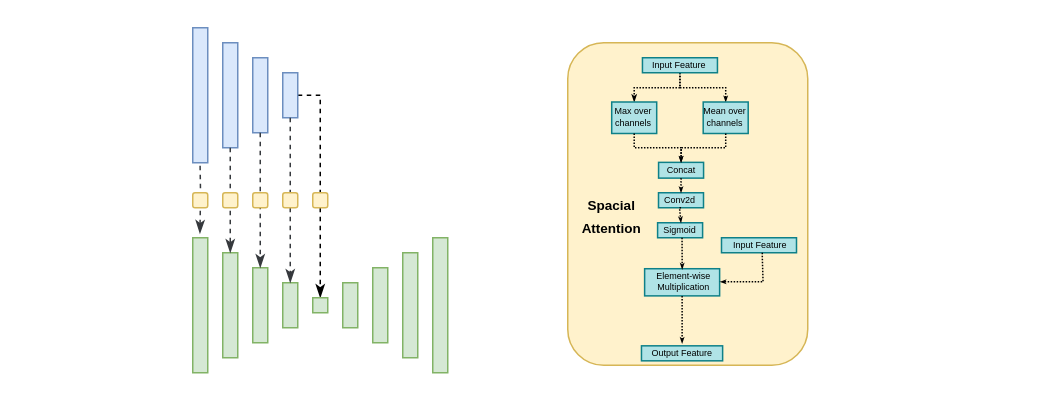
Before: RadioFlow_model1.drawio in Loewen-Hob/Interview, a draw.io diagram. Source tidied: cells renumbered, new cells numbered last; positions are measured from the earlier drawing's top-left corner, leaving out a move shared by most shapes. Both pictures are drawn from the tidied source at 150%, with x=0, y=0 at pixel (192, 27). Pictures stored in the file or linked from it are replaced by grey dashed boxes.
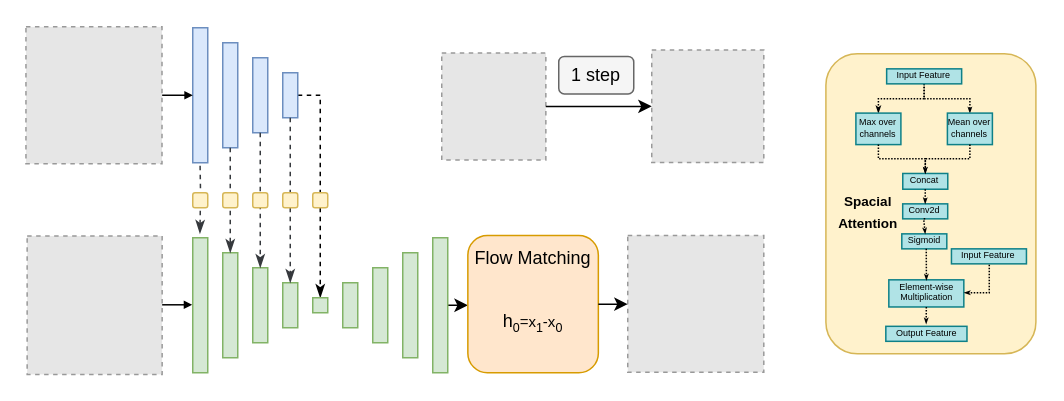
The same page after the edit.

Unchanged cells that the change refers to:
```xml
<mxCell id="3" style="rounded=0;whiteSpace=wrap;html=1;fillColor=#dae8fc;strokeColor=#6c8ebf;" parent="1" vertex="1">
  <mxGeometry width="10" height="90" as="geometry" />
</mxCell>
<mxCell id="13" style="rounded=0;whiteSpace=wrap;html=1;fillColor=#d5e8d4;strokeColor=#82b366;rotation=-180;" parent="1" vertex="1">
  <mxGeometry x="160" y="140" width="10" height="90" as="geometry" />
</mxCell>
```

Change to the diagram source:
```diff
@@
+    <mxCell id="54" style="edgeStyle=orthogonalEdgeStyle;rounded=0;jettySize=auto;html=1;exitX=0;exitY=0.5;exitDx=0;exitDy=0;entryX=0;entryY=0.5;entryDx=0;entryDy=0;" parent="1" edge="1" source="13" target="65">
+      <mxGeometry relative="1" as="geometry" />
+    </mxCell>
@@
     <mxCell id="25" style="rounded=1;whiteSpace=wrap;html=1;fillColor=#fff2cc;strokeColor=#d6b656;" parent="1" vertex="1">
-      <mxGeometry x="250" y="10" width="160" height="215" as="geometry" />
+      <mxGeometry x="422.1" y="17.4" width="140" height="200" as="geometry" />
     </mxCell>
     <mxCell id="26" value="&lt;div style=&quot;&quot;&gt;&lt;b style=&quot;background-color: transparent; color: light-dark(rgb(0, 0, 0), rgb(255, 255, 255));&quot;&gt;&lt;font style=&quot;font-size: 9px;&quot;&gt;Spacial&lt;/font&gt;&lt;/b&gt;&lt;/div&gt;&lt;div style=&quot;&quot;&gt;&lt;font style=&quot;font-size: 9px;&quot;&gt;&lt;b style=&quot;&quot;&gt;Attention&lt;/b&gt;&lt;/font&gt;&lt;/div&gt;" style="text;html=1;align=center;verticalAlign=middle;strokeColor=none;fillColor=none;strokeWidth=0;" parent="1" vertex="1">
-      <mxGeometry x="249.2" y="104.7" width="60" height="40" as="geometry" />
+      <mxGeometry x="420" y="102.4" width="60" height="40" as="geometry" />
     </mxCell>
     <mxCell id="27" style="edgeStyle=orthogonalEdgeStyle;rounded=0;jettySize=auto;html=1;exitX=0;exitY=0.5;exitDx=0;exitDy=0;entryX=1;entryY=0.5;entryDx=0;entryDy=0;curved=0;dashed=1;dashPattern=1 1;endArrow=classicThin;endFill=1;endSize=2;" parent="1" edge="1" source="29" target="31">
       <mxGeometry relative="1" as="geometry">
         <Array as="points">
-          <mxPoint x="325" y="40" />
-          <mxPoint x="294" y="40" />
+          <mxPoint x="487.8" y="47.4" />
+          <mxPoint x="456.8" y="47.4" />
         </Array>
       </mxGeometry>
     </mxCell>
     <mxCell id="28" style="edgeStyle=orthogonalEdgeStyle;rounded=0;jettySize=auto;html=1;exitX=0;exitY=0.5;exitDx=0;exitDy=0;entryX=1;entryY=0.5;entryDx=0;entryDy=0;endArrow=classicThin;endFill=1;endSize=1;dashed=1;dashPattern=1 1;" parent="1" edge="1" source="29" target="32">
       <mxGeometry relative="1" as="geometry">
         <Array as="points">
-          <mxPoint x="325" y="40" />
-          <mxPoint x="355" y="40" />
+          <mxPoint x="487.8" y="47.4" />
+          <mxPoint x="517.8" y="47.4" />
         </Array>
       </mxGeometry>
     </mxCell>
     <mxCell id="29" value="&lt;div style=&quot;&quot;&gt;&lt;br&gt;&lt;/div&gt;" style="rounded=0;whiteSpace=wrap;html=1;direction=west;fillColor=#b0e3e6;strokeColor=#0e8088;rotation=90;" parent="1" vertex="1">
-      <mxGeometry x="319.8" width="10" height="50" as="geometry" />
+      <mxGeometry x="482.6" y="7.4" width="10" height="50" as="geometry" />
     </mxCell>
     <mxCell id="30" value="&lt;span style=&quot;font-family: Helvetica; font-style: normal; font-variant-ligatures: normal; font-variant-caps: normal; font-weight: 400; letter-spacing: normal; orphans: 2; text-align: center; text-indent: 0px; text-transform: none; widows: 2; word-spacing: 0px; -webkit-text-stroke-width: 0px; white-space: normal; text-decoration-thickness: initial; text-decoration-style: initial; text-decoration-color: initial; float: none; display: inline !important;&quot;&gt;&lt;font style=&quot;font-size: 6px; line-height: 80%;&quot;&gt;Input Feature&lt;/font&gt;&lt;/span&gt;" style="text;html=1;align=center;verticalAlign=bottom;rounded=0;horizontal=1;rotation=0;fontColor=default;labelBackgroundColor=none;whiteSpace=wrap;" parent="1" vertex="1">
-      <mxGeometry x="297.4" y="18.3" width="55" height="13.4" as="geometry" />
+      <mxGeometry x="460.2" y="25.7" width="55" height="13.4" as="geometry" />
     </mxCell>
     <mxCell id="31" value="&lt;div style=&quot;&quot;&gt;&lt;br&gt;&lt;/div&gt;" style="rounded=0;whiteSpace=wrap;html=1;direction=west;fillColor=#b0e3e6;strokeColor=#0e8088;rotation=90;" parent="1" vertex="1">
-      <mxGeometry x="283.8" y="45" width="21" height="30" as="geometry" />
+      <mxGeometry x="446.6" y="52.4" width="21" height="30" as="geometry" />
     </mxCell>
     <mxCell id="32" value="&lt;div style=&quot;&quot;&gt;&lt;br&gt;&lt;/div&gt;" style="rounded=0;whiteSpace=wrap;html=1;direction=west;fillColor=#b0e3e6;strokeColor=#0e8088;rotation=90;" parent="1" vertex="1">
-      <mxGeometry x="344.8" y="45" width="21" height="30" as="geometry" />
+      <mxGeometry x="507.6" y="52.4" width="21" height="30" as="geometry" />
     </mxCell>
     <mxCell id="33" value="&lt;div&gt;Max over&lt;/div&gt;&lt;div&gt;&lt;div&gt;channels&lt;/div&gt;&lt;/div&gt;" style="text;html=1;align=center;verticalAlign=middle;whiteSpace=wrap;rounded=0;fontSize=6;rotation=0;" parent="1" vertex="1">
-      <mxGeometry x="279.2" y="50" width="30" height="20" as="geometry" />
+      <mxGeometry x="442.1" y="57.4" width="30" height="20" as="geometry" />
     </mxCell>
     <mxCell id="34" value="&lt;div&gt;Mean over&lt;/div&gt;&lt;div&gt;&lt;div&gt;channels&lt;/div&gt;&lt;/div&gt;" style="text;html=1;align=center;verticalAlign=middle;whiteSpace=wrap;rounded=0;fontSize=6;rotation=0;" parent="1" vertex="1">
-      <mxGeometry x="335.3" y="50" width="40" height="20" as="geometry" />
+      <mxGeometry x="498.1" y="57.4" width="40" height="20" as="geometry" />
     </mxCell>
     <mxCell id="35" value="&lt;div style=&quot;&quot;&gt;&lt;br&gt;&lt;/div&gt;" style="rounded=0;whiteSpace=wrap;html=1;direction=west;fillColor=#b0e3e6;strokeColor=#0e8088;rotation=90;" parent="1" vertex="1">
-      <mxGeometry x="320.3" y="80" width="10.5" height="30" as="geometry" />
+      <mxGeometry x="483.1" y="87.4" width="10.5" height="30" as="geometry" />
     </mxCell>
     <mxCell id="36" value="&lt;div style=&quot;&quot;&gt;&lt;br&gt;&lt;/div&gt;" style="rounded=0;whiteSpace=wrap;html=1;direction=west;fillColor=#b0e3e6;strokeColor=#0e8088;rotation=90;" parent="1" vertex="1">
-      <mxGeometry x="320.5" y="100" width="10" height="30" as="geometry" />
+      <mxGeometry x="483.3" y="107.4" width="10" height="30" as="geometry" />
     </mxCell>
     <mxCell id="37" value="&lt;div style=&quot;&quot;&gt;&lt;br&gt;&lt;/div&gt;" style="rounded=0;whiteSpace=wrap;html=1;direction=west;fillColor=#b0e3e6;strokeColor=#0e8088;rotation=90;" parent="1" vertex="1">
-      <mxGeometry x="319.9" y="120" width="10" height="30" as="geometry" />
+      <mxGeometry x="482.7" y="127.4" width="10" height="30" as="geometry" />
     </mxCell>
     <mxCell id="38" value="&lt;div style=&quot;&quot;&gt;&lt;br&gt;&lt;/div&gt;" style="rounded=0;whiteSpace=wrap;html=1;direction=west;fillColor=#b0e3e6;strokeColor=#0e8088;rotation=90;" parent="1" vertex="1">
-      <mxGeometry x="317.2" y="144.7" width="18.1" height="50" as="geometry" />
+      <mxGeometry x="480" y="152.1" width="18.1" height="50" as="geometry" />
     </mxCell>
     <mxCell id="39" value="&lt;div style=&quot;&quot;&gt;&lt;br&gt;&lt;/div&gt;" style="rounded=0;whiteSpace=wrap;html=1;direction=west;fillColor=#b0e3e6;strokeColor=#0e8088;rotation=90;" parent="1" vertex="1">
-      <mxGeometry x="321.2" y="190" width="10" height="54.1" as="geometry" />
+      <mxGeometry x="484.1" y="177" width="10" height="54.1" as="geometry" />
     </mxCell>
     <mxCell id="40" value="&lt;div&gt;Conv2d&lt;/div&gt;" style="text;html=1;align=center;verticalAlign=middle;whiteSpace=wrap;rounded=0;fontSize=6;rotation=0;" parent="1" vertex="1">
-      <mxGeometry x="309.9" y="110" width="30" height="10" as="geometry" />
+      <mxGeometry x="472.7" y="117.4" width="30" height="10" as="geometry" />
     </mxCell>
     <mxCell id="41" value="&lt;div&gt;Concat&lt;/div&gt;" style="text;html=1;align=center;verticalAlign=middle;whiteSpace=wrap;rounded=0;fontSize=6;rotation=0;" parent="1" vertex="1">
-      <mxGeometry x="310.5" y="90" width="30" height="10" as="geometry" />
+      <mxGeometry x="473.3" y="97.4" width="30" height="10" as="geometry" />
     </mxCell>
     <mxCell id="42" value="&lt;div&gt;Sigmoid&lt;/div&gt;" style="text;html=1;align=center;verticalAlign=middle;whiteSpace=wrap;rounded=0;fontSize=6;rotation=0;" parent="1" vertex="1">
-      <mxGeometry x="309.9" y="130" width="30" height="10" as="geometry" />
+      <mxGeometry x="472.7" y="137.4" width="30" height="10" as="geometry" />
     </mxCell>
     <mxCell id="43" value="&lt;div style=&quot;line-height: 50%;&quot;&gt;&lt;font style=&quot;font-size: 6px; line-height: 50%;&quot;&gt;Element-wise&lt;/font&gt;&lt;/div&gt;&lt;div style=&quot;line-height: 50%;&quot;&gt;&lt;div&gt;&lt;font style=&quot;font-size: 6px; line-height: 50%;&quot;&gt;Multiplication&lt;/font&gt;&lt;/div&gt;&lt;/div&gt;" style="text;html=1;align=center;verticalAlign=middle;whiteSpace=wrap;rounded=0;spacing=0;rotation=0;" parent="1" vertex="1">
-      <mxGeometry x="302.5" y="163.1" width="48.8" height="6.9" as="geometry" />
+      <mxGeometry x="465.3" y="170.5" width="48.8" height="6.9" as="geometry" />
     </mxCell>
     <mxCell id="44" value="&lt;span style=&quot;font-family: Helvetica; font-style: normal; font-variant-ligatures: normal; font-variant-caps: normal; font-weight: 400; letter-spacing: normal; orphans: 2; text-align: center; text-indent: 0px; text-transform: none; widows: 2; word-spacing: 0px; -webkit-text-stroke-width: 0px; white-space: normal; text-decoration-thickness: initial; text-decoration-style: initial; text-decoration-color: initial; float: none; display: inline !important;&quot;&gt;&lt;font style=&quot;font-size: 6px; line-height: 80%;&quot;&gt;Output Feature&lt;/font&gt;&lt;/span&gt;" style="text;html=1;align=center;verticalAlign=bottom;rounded=0;horizontal=1;rotation=0;fontColor=default;labelBackgroundColor=none;whiteSpace=wrap;" parent="1" vertex="1">
-      <mxGeometry x="300" y="210.4" width="52.5" height="13.4" as="geometry" />
+      <mxGeometry x="462.7" y="197.4" width="52.5" height="13.4" as="geometry" />
     </mxCell>
     <mxCell id="45" value="&lt;div style=&quot;&quot;&gt;&lt;br&gt;&lt;/div&gt;" style="rounded=0;whiteSpace=wrap;html=1;direction=west;fillColor=#b0e3e6;strokeColor=#0e8088;rotation=90;" parent="1" vertex="1">
-      <mxGeometry x="372.5" y="120" width="10" height="50" as="geometry" />
+      <mxGeometry x="525.8" y="127.4" width="10" height="50" as="geometry" />
     </mxCell>
     <mxCell id="46" value="&lt;span style=&quot;font-family: Helvetica; font-style: normal; font-variant-ligatures: normal; font-variant-caps: normal; font-weight: 400; letter-spacing: normal; orphans: 2; text-align: center; text-indent: 0px; text-transform: none; widows: 2; word-spacing: 0px; -webkit-text-stroke-width: 0px; white-space: normal; text-decoration-thickness: initial; text-decoration-style: initial; text-decoration-color: initial; float: none; display: inline !important;&quot;&gt;&lt;font style=&quot;font-size: 6px; line-height: 80%;&quot;&gt;Input Feature&lt;/font&gt;&lt;/span&gt;" style="text;html=1;align=center;verticalAlign=bottom;rounded=0;horizontal=1;rotation=0;fontColor=default;labelBackgroundColor=none;whiteSpace=wrap;" parent="1" vertex="1">
-      <mxGeometry x="350.6" y="138.3" width="55" height="13.4" as="geometry" />
+      <mxGeometry x="503.3" y="145.6" width="55" height="13.4" as="geometry" />
     </mxCell>
     <mxCell id="47" style="edgeStyle=orthogonalEdgeStyle;rounded=0;jettySize=auto;html=1;exitX=0;exitY=0.5;exitDx=0;exitDy=0;endArrow=classicThin;endFill=1;endSize=1;dashed=1;dashPattern=1 1;entryX=1;entryY=0.5;entryDx=0;entryDy=0;" parent="1" edge="1" source="31" target="35">
       <mxGeometry relative="1" as="geometry">
         <Array as="points">
-          <mxPoint x="294" y="80" />
-          <mxPoint x="325" y="80" />
+          <mxPoint x="456.8" y="87.4" />
+          <mxPoint x="487.8" y="87.4" />
         </Array>
       </mxGeometry>
     </mxCell>
     <mxCell id="48" style="edgeStyle=orthogonalEdgeStyle;rounded=0;jettySize=auto;html=1;exitX=0;exitY=0.5;exitDx=0;exitDy=0;entryX=1;entryY=0.5;entryDx=0;entryDy=0;endArrow=classicThin;endFill=1;endSize=1;dashed=1;dashPattern=1 1;" parent="1" edge="1" source="32" target="35">
       <mxGeometry relative="1" as="geometry">
         <Array as="points">
-          <mxPoint x="355" y="80" />
-          <mxPoint x="325" y="80" />
+          <mxPoint x="517.8" y="87.4" />
+          <mxPoint x="487.8" y="87.4" />
         </Array>
       </mxGeometry>
     </mxCell>
     <mxCell id="49" style="edgeStyle=orthogonalEdgeStyle;rounded=0;jettySize=auto;html=1;exitX=0;exitY=0.5;exitDx=0;exitDy=0;entryX=1;entryY=0.5;entryDx=0;entryDy=0;endArrow=classicThin;endFill=1;endSize=1;dashed=1;dashPattern=1 1;" parent="1" edge="1" source="35" target="36">
       <mxGeometry relative="1" as="geometry">
         <Array as="points">
-          <mxPoint x="325" y="100" />
+          <mxPoint x="487.8" y="107.4" />
         </Array>
       </mxGeometry>
     </mxCell>
     <mxCell id="50" style="edgeStyle=orthogonalEdgeStyle;rounded=0;orthogonalLoop=1;jettySize=auto;html=1;exitX=0;exitY=0.5;exitDx=0;exitDy=0;entryX=1;entryY=0.5;entryDx=0;entryDy=0;endArrow=classicThin;endFill=1;endSize=1;dashed=1;dashPattern=1 1;" parent="1" edge="1">
       <mxGeometry relative="1" as="geometry">
-        <mxPoint x="325.5" y="120" as="sourcePoint" />
-        <mxPoint x="325.5" y="130" as="targetPoint" />
+        <mxPoint x="488.3" y="127.4" as="sourcePoint" />
+        <mxPoint x="488.3" y="137.4" as="targetPoint" />
         <Array as="points">
-          <mxPoint x="324.5" y="120" />
+          <mxPoint x="487.3" y="127.4" />
         </Array>
       </mxGeometry>
     </mxCell>
     <mxCell id="51" style="edgeStyle=orthogonalEdgeStyle;rounded=0;orthogonalLoop=1;jettySize=auto;html=1;exitX=0.5;exitY=1;exitDx=0;exitDy=0;entryX=0.98;entryY=0.474;entryDx=0;entryDy=0;entryPerimeter=0;dashed=1;dashPattern=1 1;endSize=1;endArrow=classicThin;endFill=1;" parent="1" edge="1">
       <mxGeometry relative="1" as="geometry">
-        <mxPoint x="326.2" y="140" as="sourcePoint" />
-        <mxPoint x="326.3" y="161" as="targetPoint" />
+        <mxPoint x="489" y="147.4" as="sourcePoint" />
+        <mxPoint x="489.1" y="168.3" as="targetPoint" />
       </mxGeometry>
     </mxCell>
-    <mxCell id="52" style="edgeStyle=orthogonalEdgeStyle;rounded=0;orthogonalLoop=1;jettySize=auto;html=1;exitX=0.525;exitY=0.895;exitDx=0;exitDy=0;entryX=0.5;entryY=1;entryDx=0;entryDy=0;endArrow=classicThin;endFill=1;endSize=1;dashed=1;dashPattern=1 1;exitPerimeter=0;" parent="1" edge="1">
+    <mxCell id="52" style="edgeStyle=orthogonalEdgeStyle;rounded=0;jettySize=auto;html=1;exitX=0.504;exitY=0.929;exitDx=0;exitDy=0;entryX=0.5;entryY=1;entryDx=0;entryDy=0;endArrow=classicThin;endFill=1;endSize=1;dashed=1;dashPattern=1 1;exitPerimeter=0;" parent="1" edge="1" source="46">
       <mxGeometry relative="1" as="geometry">
-        <mxPoint x="379.7" y="150" as="sourcePoint" />
-        <mxPoint x="351.5" y="169.4" as="targetPoint" />
+        <mxPoint x="514.3" y="176.7" as="targetPoint" />
         <Array as="points">
-          <mxPoint x="380.2" y="152.7" />
-          <mxPoint x="380.2" y="152.7" />
-          <mxPoint x="380.2" y="169.7" />
+          <mxPoint x="531.1" y="176.4" />
         </Array>
       </mxGeometry>
     </mxCell>
@@
+    <mxCell id="55" style="edgeStyle=orthogonalEdgeStyle;rounded=0;jettySize=auto;html=1;exitX=1;exitY=0.5;exitDx=0;exitDy=0;entryX=0;entryY=0.5;entryDx=0;entryDy=0;endArrow=block;startFill=0;endSize=3;" parent="1" edge="1" target="3">
+      <mxGeometry relative="1" as="geometry">
+        <mxPoint x="-20.4" y="45" as="sourcePoint" />
+      </mxGeometry>
+    </mxCell>
+    <mxCell id="56" style="fillColor=#E6E6E6;strokeColor=#999999;dashed=1;verticalLabelPosition=bottom;labelBackgroundColor=default;verticalAlign=top;" parent="1" vertex="1">
+      <mxGeometry x="-110.4" y="138.8" width="90" height="92.3" as="geometry" />
+    </mxCell>
+    <mxCell id="57" style="edgeStyle=orthogonalEdgeStyle;rounded=0;orthogonalLoop=1;jettySize=auto;html=1;exitX=1;exitY=0.5;exitDx=0;exitDy=0;entryX=0;entryY=0.5;entryDx=0;entryDy=0;endArrow=block;startFill=0;endSize=3;" parent="1" edge="1">
+      <mxGeometry relative="1" as="geometry">
+        <mxPoint x="-20.4" y="184.7" as="sourcePoint" />
+        <mxPoint x="-0.4" y="184.7" as="targetPoint" />
+      </mxGeometry>
+    </mxCell>
+    <mxCell id="58" style="fillColor=#E6E6E6;strokeColor=#999999;dashed=1;verticalLabelPosition=bottom;labelBackgroundColor=default;verticalAlign=top;" parent="1" vertex="1">
+      <mxGeometry x="166" y="16.9" width="69.4" height="71.2" as="geometry" />
+    </mxCell>
+    <mxCell id="59" style="fillColor=#E6E6E6;strokeColor=#999999;dashed=1;verticalLabelPosition=bottom;labelBackgroundColor=default;verticalAlign=top;" parent="1" vertex="1">
+      <mxGeometry x="306" y="14.9" width="74.7" height="75" as="geometry" />
+    </mxCell>
+    <mxCell id="60" style="edgeStyle=orthogonalEdgeStyle;rounded=0;jettySize=auto;html=1;exitX=1;exitY=0.5;exitDx=0;exitDy=0;entryX=0;entryY=0.5;entryDx=0;entryDy=0;" parent="1" edge="1" source="58" target="59">
+      <mxGeometry relative="1" as="geometry" />
+    </mxCell>
+    <mxCell id="61" style="rounded=1;whiteSpace=wrap;html=1;fillColor=#f5f5f5;strokeColor=#666666;fontColor=#333333;" parent="1" vertex="1">
+      <mxGeometry x="244" y="19.1" width="50" height="25" as="geometry" />
+    </mxCell>
+    <mxCell id="62" value="1 step" style="text;html=1;align=center;verticalAlign=middle;whiteSpace=wrap;rounded=0;" parent="1" vertex="1">
+      <mxGeometry x="239" y="16.6" width="60" height="30" as="geometry" />
+    </mxCell>
+    <mxCell id="63" style="fillColor=#E6E6E6;strokeColor=#999999;dashed=1;verticalLabelPosition=bottom;labelBackgroundColor=default;verticalAlign=top;" parent="1" vertex="1">
+      <mxGeometry x="290" y="138.5" width="90.7" height="91.2" as="geometry" />
+    </mxCell>
+    <mxCell id="64" style="fillColor=#E6E6E6;strokeColor=#999999;dashed=1;verticalLabelPosition=bottom;labelBackgroundColor=default;verticalAlign=top;" parent="1" vertex="1">
+      <mxGeometry x="-111.2" y="-0.6" width="90.7" height="91.2" as="geometry" />
+    </mxCell>
+    <mxCell id="65" style="rounded=1;whiteSpace=wrap;html=1;fillColor=#ffe6cc;strokeColor=#d79b00;" parent="1" vertex="1">
+      <mxGeometry x="183.4" y="138.5" width="87" height="91.5" as="geometry" />
+    </mxCell>
+    <mxCell id="66" value="Flow Matching" style="text;html=1;align=center;verticalAlign=middle;whiteSpace=wrap;rounded=0;" parent="1" vertex="1">
+      <mxGeometry x="186.9" y="138.5" width="80" height="30" as="geometry" />
+    </mxCell>
+    <mxCell id="67" value="h&lt;span style=&quot;font-size: 10px;&quot;&gt;&lt;sub&gt;0&lt;/sub&gt;=x&lt;sub&gt;1&lt;/sub&gt;-x&lt;sub&gt;0&lt;/sub&gt;&lt;/span&gt;" style="text;html=1;align=center;verticalAlign=middle;whiteSpace=wrap;rounded=0;" parent="1" vertex="1">
+      <mxGeometry x="196.9" y="180.6" width="60" height="30" as="geometry" />
+    </mxCell>
+    <mxCell id="68" style="edgeStyle=orthogonalEdgeStyle;rounded=0;jettySize=auto;html=1;exitX=1;exitY=0.5;exitDx=0;exitDy=0;entryX=0;entryY=0.5;entryDx=0;entryDy=0;" parent="1" edge="1" source="65" target="63">
+      <mxGeometry relative="1" as="geometry" />
+    </mxCell>
```
